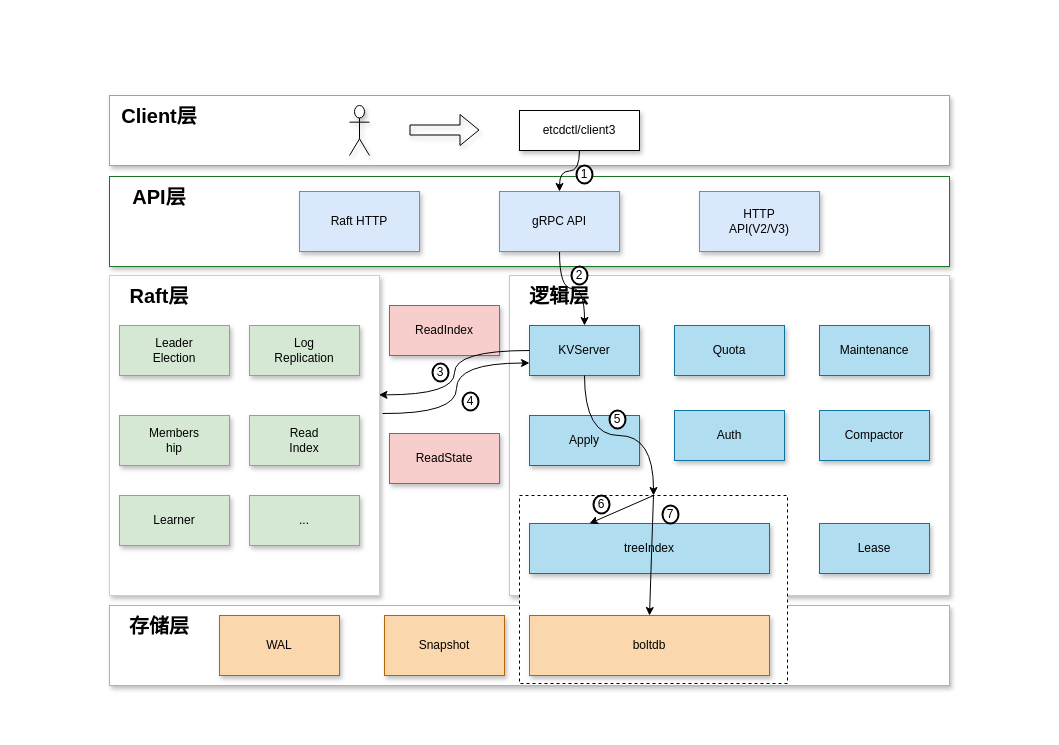
Above: ETCD执行流程.drawio in BoyChai/drawio_file (draw.io), before the change. Source tidied: cells renumbered, new cells numbered last; positions are measured from the earlier drawing's top-left corner, leaving out a move shared by most shapes. Both pictures are drawn from the tidied source at 100%, with x=0, y=0 at pixel (109, 95).
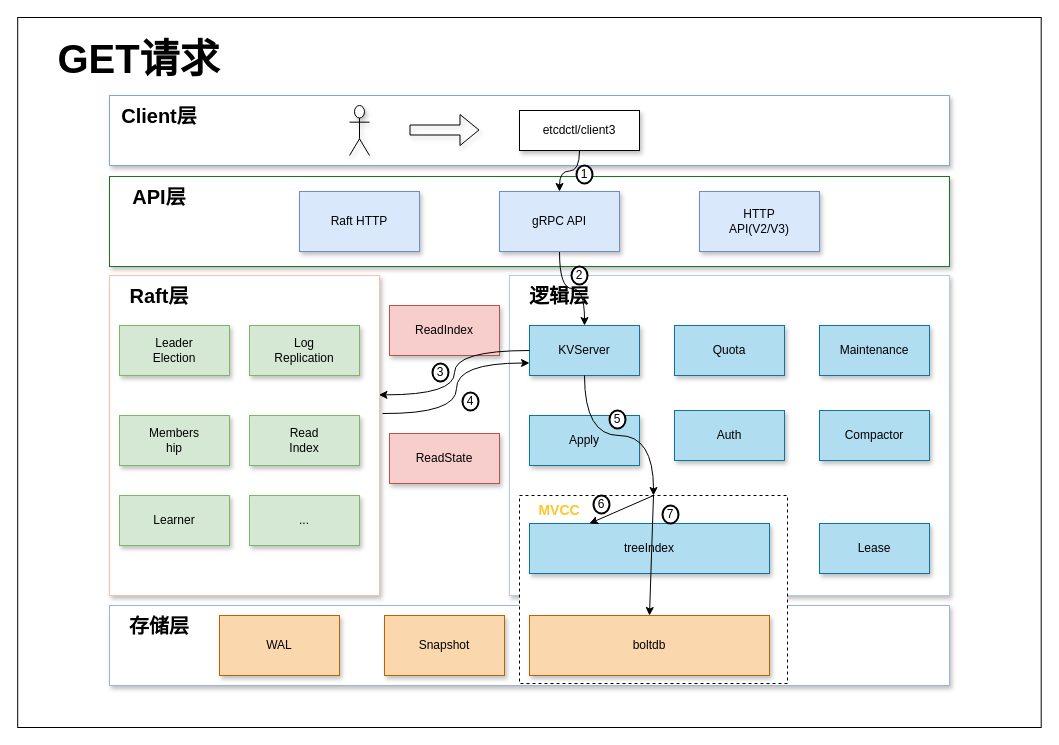
Above is the later version.

Commit message:
更新ETCD执行流程.drawio

What changed in the source:
```diff
@@
+    <mxCell id="52" style="rounded=0;whiteSpace=wrap;html=1;" parent="1" vertex="1">
+      <mxGeometry x="-91.8" y="-78" width="1023.5" height="710" as="geometry" />
+    </mxCell>
@@
+    <mxCell id="53" value="&lt;span style=&quot;font-size: 40px;&quot;&gt;&lt;b&gt;GET请求&lt;/b&gt;&lt;/span&gt;" style="text;html=1;align=center;verticalAlign=middle;whiteSpace=wrap;rounded=0;" parent="1" vertex="1">
+      <mxGeometry x="-77" y="-52" width="213" height="30" as="geometry" />
+    </mxCell>
+    <mxCell id="54" value="&lt;font style=&quot;font-size: 14px;&quot;&gt;&lt;b&gt;MVCC&lt;/b&gt;&lt;/font&gt;" style="text;html=1;align=center;verticalAlign=middle;whiteSpace=wrap;rounded=0;fontColor=#FFC629;" parent="1" vertex="1">
+      <mxGeometry x="420.2" y="400" width="60" height="30" as="geometry" />
+    </mxCell>
```
